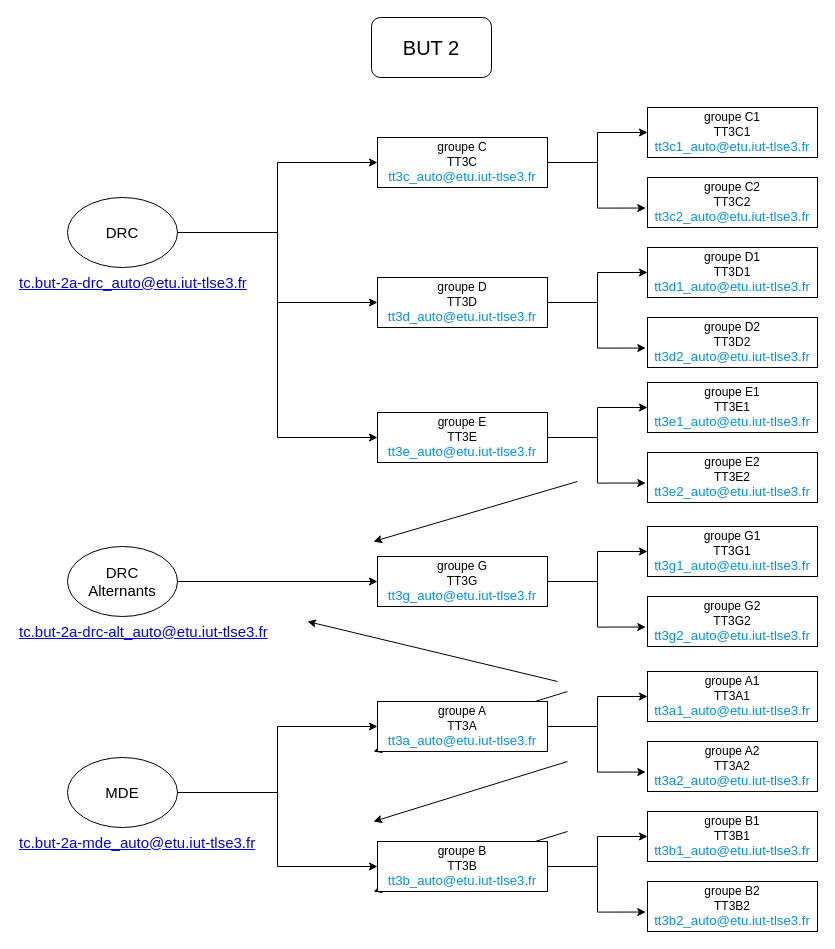
Earlier version of the draw.io diagram BUT2.drawio (gI7DUmmY/diagrams). Source tidied: cells renumbered, new cells numbered last; positions are measured from the earlier drawing's top-left corner, leaving out a move shared by most shapes. Both pictures are drawn from the tidied source at 100%, with x=0, y=0 at pixel (17, 17).
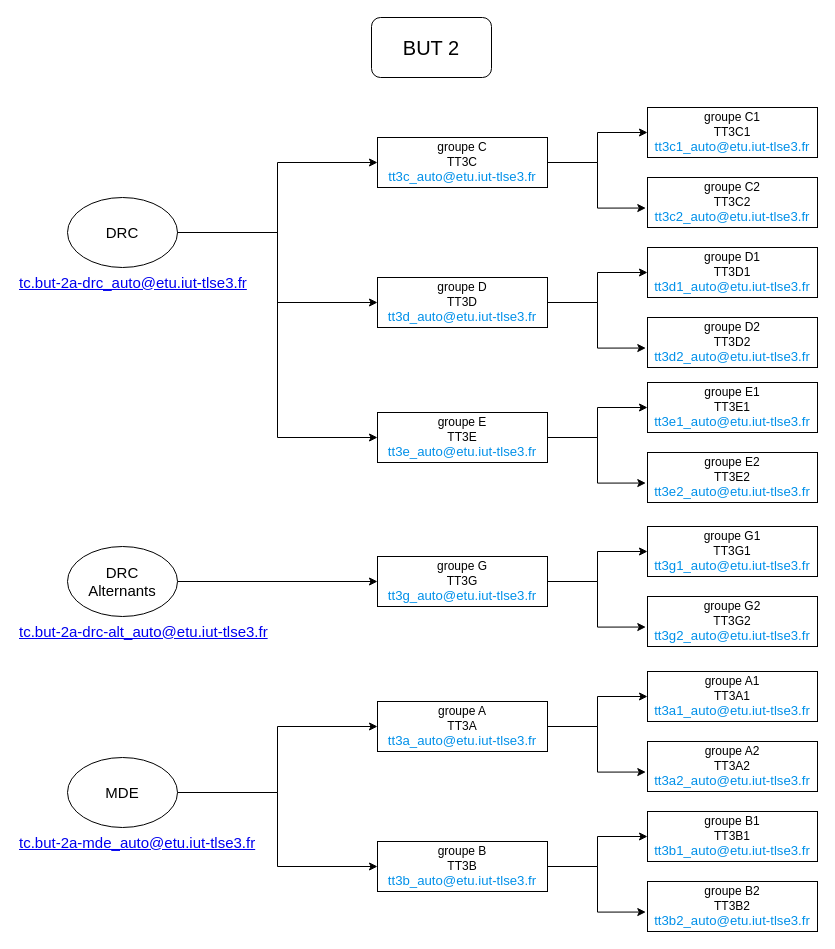
The same page after the edit.

Change to the diagram source:
```diff
@@
-    <mxCell id="11" style="endArrow=classic;html=1;rounded=0;entryX=1;entryY=0.5;entryDx=0;entryDy=0;exitX=0;exitY=0.5;exitDx=0;exitDy=0;" parent="1" edge="1">
-      <mxGeometry relative="1" as="geometry">
-        <mxPoint x="560" y="464" as="sourcePoint" />
-        <mxPoint x="356" y="524" as="targetPoint" />
-      </mxGeometry>
-    </mxCell>
-    <mxCell id="12" style="endArrow=classic;html=1;rounded=0;entryX=1;entryY=0.5;entryDx=0;entryDy=0;exitX=0;exitY=0.5;exitDx=0;exitDy=0;" parent="1" edge="1">
-      <mxGeometry relative="1" as="geometry">
-        <mxPoint x="540" y="664" as="sourcePoint" />
-        <mxPoint x="290" y="604" as="targetPoint" />
-      </mxGeometry>
-    </mxCell>
-    <mxCell id="13" style="endArrow=classic;html=1;rounded=0;entryX=1;entryY=0.5;entryDx=0;entryDy=0;exitX=0;exitY=0.5;exitDx=0;exitDy=0;" parent="1" edge="1">
-      <mxGeometry relative="1" as="geometry">
-        <mxPoint x="550" y="674" as="sourcePoint" />
-        <mxPoint x="356" y="734" as="targetPoint" />
-      </mxGeometry>
-    </mxCell>
-    <mxCell id="14" style="endArrow=classic;html=1;rounded=0;entryX=1;entryY=0.5;entryDx=0;entryDy=0;exitX=0;exitY=0.5;exitDx=0;exitDy=0;" parent="1" edge="1">
-      <mxGeometry relative="1" as="geometry">
-        <mxPoint x="550" y="744" as="sourcePoint" />
-        <mxPoint x="356" y="804" as="targetPoint" />
-      </mxGeometry>
-    </mxCell>
-    <mxCell id="15" style="endArrow=classic;html=1;rounded=0;entryX=1;entryY=0.5;entryDx=0;entryDy=0;exitX=0;exitY=0.5;exitDx=0;exitDy=0;" parent="1" edge="1">
-      <mxGeometry relative="1" as="geometry">
-        <mxPoint x="550" y="814" as="sourcePoint" />
-        <mxPoint x="356" y="874" as="targetPoint" />
-      </mxGeometry>
-    </mxCell>
```
